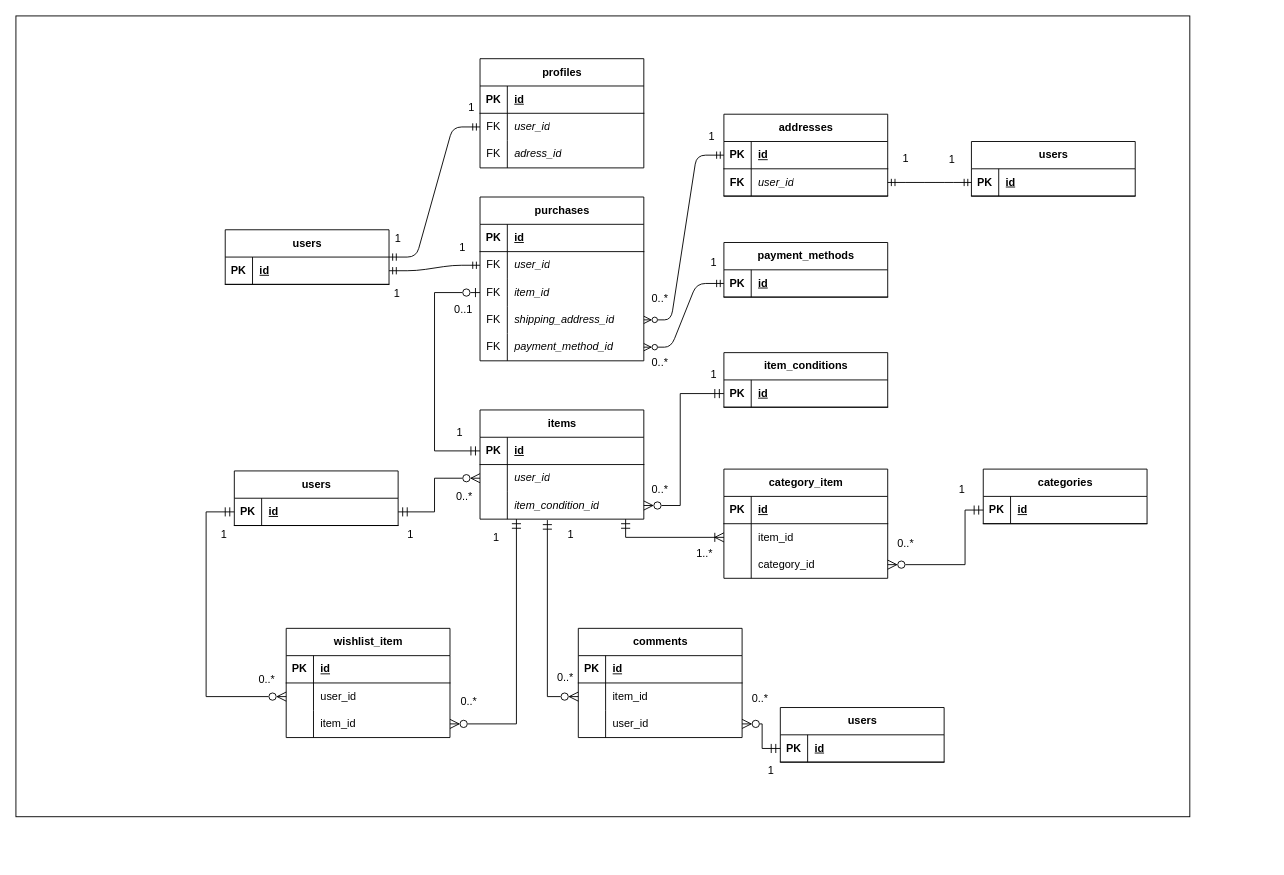
This is src/docs/diagrams/er/ER-core_v1.drawio from to-4/ct-flea-market, a draw.io file, before an edit. Source tidied: cells renumbered, new cells numbered last; positions are measured from the earlier drawing's top-left corner, leaving out a move shared by most shapes. Both pictures are drawn from the tidied source at 91%, with x=0, y=0 at pixel (15, 15).
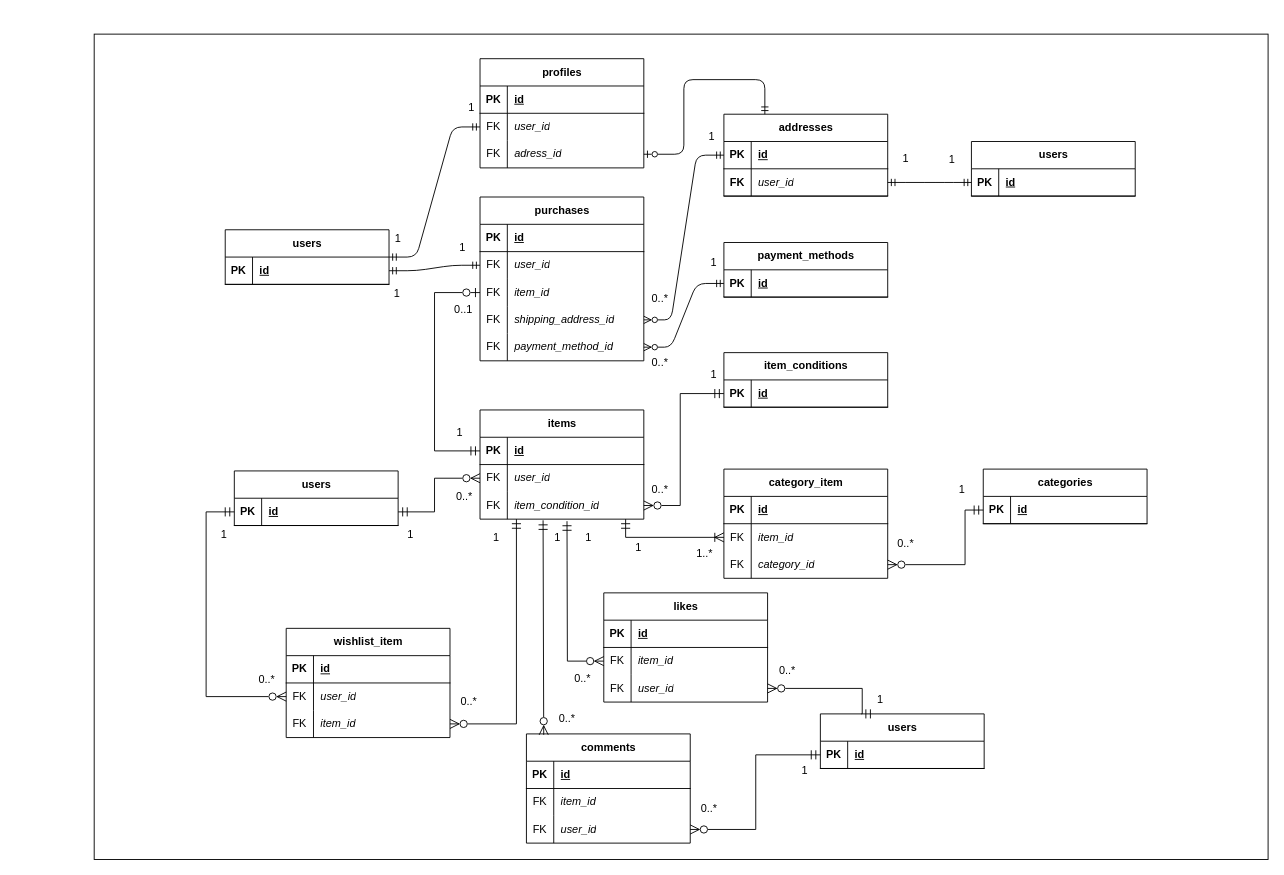
Above is the later version.

Unchanged cells that the change refers to:
```xml
<mxCell id="10" style="shape=tableRow;horizontal=0;startSize=0;swimlaneHead=0;swimlaneBody=0;fillColor=none;points=[[0,0.5],[1,0.5]];portConstraint=eastwest;top=0;left=0;right=0;bottom=0;" parent="3" vertex="1">
  <mxGeometry y="90" width="180" height="30" as="geometry" />
</mxCell>
<mxCell id="17" value="addresses" style="shape=table;startSize=30;childLayout=tableLayout;rowLines=0;fontStyle=1;align=center;html=1;" parent="1" vertex="1">
  <mxGeometry x="778" y="108" width="180" height="90" as="geometry" />
</mxCell>
<mxCell id="44" style="shape=tableRow;horizontal=0;startSize=0;swimlaneHead=0;swimlaneBody=0;fillColor=none;points=[[0,0.5],[1,0.5]];portConstraint=eastwest;top=0;left=0;right=0;bottom=0;" parent="40" vertex="1">
  <mxGeometry y="60" width="180" height="30" as="geometry" />
</mxCell>
<mxCell id="47" style="shape=tableRow;horizontal=0;startSize=0;swimlaneHead=0;swimlaneBody=0;fillColor=none;points=[[0,0.5],[1,0.5]];portConstraint=eastwest;top=0;left=0;right=0;bottom=0;" parent="40" vertex="1">
  <mxGeometry y="90" width="180" height="30" as="geometry" />
</mxCell>
<mxCell id="62" style="shape=tableRow;horizontal=0;startSize=0;swimlaneHead=0;swimlaneBody=0;fillColor=none;points=[[0,0.5],[1,0.5]];portConstraint=eastwest;top=0;left=0;right=0;bottom=0;" parent="58" vertex="1">
  <mxGeometry y="60" width="180" height="30" as="geometry" />
</mxCell>
<mxCell id="65" style="shape=tableRow;horizontal=0;startSize=0;swimlaneHead=0;swimlaneBody=0;fillColor=none;points=[[0,0.5],[1,0.5]];portConstraint=eastwest;top=0;left=0;right=0;bottom=0;" parent="58" vertex="1">
  <mxGeometry y="90" width="180" height="30" as="geometry" />
</mxCell>
<mxCell id="72" style="shape=tableRow;horizontal=0;startSize=0;swimlaneHead=0;swimlaneBody=0;fillColor=none;points=[[0,0.5],[1,0.5]];portConstraint=eastwest;top=0;left=0;right=0;bottom=0;" parent="68" vertex="1">
  <mxGeometry y="60" width="180" height="30" as="geometry" />
</mxCell>
<mxCell id="75" style="shape=tableRow;horizontal=0;startSize=0;swimlaneHead=0;swimlaneBody=0;fillColor=none;points=[[0,0.5],[1,0.5]];portConstraint=eastwest;top=0;left=0;right=0;bottom=0;" parent="68" vertex="1">
  <mxGeometry y="90" width="180" height="30" as="geometry" />
</mxCell>
<mxCell id="82" style="shape=tableRow;horizontal=0;startSize=0;swimlaneHead=0;swimlaneBody=0;fillColor=none;points=[[0,0.5],[1,0.5]];portConstraint=eastwest;top=0;left=0;right=0;bottom=0;" parent="78" vertex="1">
  <mxGeometry y="60" width="180" height="30" as="geometry" />
</mxCell>
<mxCell id="85" style="shape=tableRow;horizontal=0;startSize=0;swimlaneHead=0;swimlaneBody=0;fillColor=none;points=[[0,0.5],[1,0.5]];portConstraint=eastwest;top=0;left=0;right=0;bottom=0;" parent="78" vertex="1">
  <mxGeometry y="90" width="180" height="30" as="geometry" />
</mxCell>
<mxCell id="111" style="shape=tableRow;horizontal=0;startSize=0;swimlaneHead=0;swimlaneBody=0;fillColor=none;points=[[0,0.5],[1,0.5]];portConstraint=eastwest;top=0;left=0;right=0;bottom=1;" parent="110" vertex="1">
  <mxGeometry y="30" width="180" height="30" as="geometry" />
</mxCell>
```

The edit, as a diff of the source:
```diff
@@
     <mxCell id="2" style="rounded=0;whiteSpace=wrap;html=1;" parent="1" vertex="1">
-      <mxGeometry width="1290" height="880" as="geometry" />
+      <mxGeometry x="86" y="20" width="1290" height="907" as="geometry" />
     </mxCell>
@@
-    <mxCell id="45" style="shape=partialRectangle;fillColor=none;top=0;left=0;bottom=0;right=0;overflow=hidden;whiteSpace=wrap;html=1;" parent="44" vertex="1">
+    <mxCell id="45" value="FK" style="shape=partialRectangle;fillColor=none;top=0;left=0;bottom=0;right=0;overflow=hidden;whiteSpace=wrap;html=1;" parent="44" vertex="1">
       <mxGeometry width="30" height="30" as="geometry" />
     </mxCell>
@@
-    <mxCell id="48" style="shape=partialRectangle;fillColor=none;top=0;left=0;bottom=0;right=0;overflow=hidden;whiteSpace=wrap;html=1;" parent="47" vertex="1">
+    <mxCell id="48" value="FK" style="shape=partialRectangle;fillColor=none;top=0;left=0;bottom=0;right=0;overflow=hidden;whiteSpace=wrap;html=1;" parent="47" vertex="1">
       <mxGeometry width="30" height="30" as="geometry" />
     </mxCell>
@@
-    <mxCell id="63" style="shape=partialRectangle;fillColor=none;top=0;left=0;bottom=0;right=0;overflow=hidden;whiteSpace=wrap;html=1;" parent="62" vertex="1">
+    <mxCell id="63" value="FK" style="shape=partialRectangle;fillColor=none;top=0;left=0;bottom=0;right=0;overflow=hidden;whiteSpace=wrap;html=1;" parent="62" vertex="1">
       <mxGeometry width="30" height="30" as="geometry" />
     </mxCell>
-    <mxCell id="64" value="user_id" style="shape=partialRectangle;fillColor=none;top=0;left=0;bottom=0;right=0;align=left;spacingLeft=6;overflow=hidden;whiteSpace=wrap;html=1;" parent="62" vertex="1">
+    <mxCell id="64" value="&lt;i&gt;user_id&lt;/i&gt;" style="shape=partialRectangle;fillColor=none;top=0;left=0;bottom=0;right=0;align=left;spacingLeft=6;overflow=hidden;whiteSpace=wrap;html=1;" parent="62" vertex="1">
       <mxGeometry x="30" width="150" height="30" as="geometry" />
     </mxCell>
@@
-    <mxCell id="66" style="shape=partialRectangle;fillColor=none;top=0;left=0;bottom=0;right=0;overflow=hidden;whiteSpace=wrap;html=1;" parent="65" vertex="1">
+    <mxCell id="66" value="FK" style="shape=partialRectangle;fillColor=none;top=0;left=0;bottom=0;right=0;overflow=hidden;whiteSpace=wrap;html=1;" parent="65" vertex="1">
       <mxGeometry width="30" height="30" as="geometry" />
     </mxCell>
-    <mxCell id="67" value="item_id" style="shape=partialRectangle;fillColor=none;top=0;left=0;bottom=0;right=0;align=left;spacingLeft=6;overflow=hidden;whiteSpace=wrap;html=1;" parent="65" vertex="1">
+    <mxCell id="67" value="&lt;i&gt;item_id&lt;/i&gt;" style="shape=partialRectangle;fillColor=none;top=0;left=0;bottom=0;right=0;align=left;spacingLeft=6;overflow=hidden;whiteSpace=wrap;html=1;" parent="65" vertex="1">
       <mxGeometry x="30" width="150" height="30" as="geometry" />
     </mxCell>
     <mxCell id="68" value="comments" style="shape=table;startSize=30;childLayout=tableLayout;rowLines=0;fontStyle=1;align=center;html=1;" parent="1" vertex="1">
-      <mxGeometry x="618" y="673" width="180" height="120" as="geometry" />
+      <mxGeometry x="561" y="789" width="180" height="120" as="geometry" />
     </mxCell>
@@
-    <mxCell id="73" style="shape=partialRectangle;fillColor=none;top=0;left=0;bottom=0;right=0;overflow=hidden;whiteSpace=wrap;html=1;" parent="72" vertex="1">
+    <mxCell id="73" value="&lt;span style=&quot;color: rgb(0, 0, 0); font-family: Helvetica; font-size: 12px; font-style: normal; font-variant-ligatures: normal; font-variant-caps: normal; font-weight: 400; letter-spacing: normal; orphans: 2; text-align: center; text-indent: 0px; text-transform: none; widows: 2; word-spacing: 0px; -webkit-text-stroke-width: 0px; white-space: normal; background-color: rgb(251, 251, 251); text-decoration-thickness: initial; text-decoration-style: initial; text-decoration-color: initial; float: none; display: inline !important;&quot;&gt;FK&lt;/span&gt;" style="shape=partialRectangle;fillColor=none;top=0;left=0;bottom=0;right=0;overflow=hidden;whiteSpace=wrap;html=1;" parent="72" vertex="1">
       <mxGeometry width="30" height="30" as="geometry" />
     </mxCell>
-    <mxCell id="74" value="item_id" style="shape=partialRectangle;fillColor=none;top=0;left=0;bottom=0;right=0;align=left;spacingLeft=6;overflow=hidden;whiteSpace=wrap;html=1;" parent="72" vertex="1">
+    <mxCell id="74" value="&lt;i&gt;item_id&lt;/i&gt;" style="shape=partialRectangle;fillColor=none;top=0;left=0;bottom=0;right=0;align=left;spacingLeft=6;overflow=hidden;whiteSpace=wrap;html=1;" parent="72" vertex="1">
       <mxGeometry x="30" width="150" height="30" as="geometry" />
     </mxCell>
@@
-    <mxCell id="76" style="shape=partialRectangle;fillColor=none;top=0;left=0;bottom=0;right=0;overflow=hidden;whiteSpace=wrap;html=1;" parent="75" vertex="1">
+    <mxCell id="76" value="FK" style="shape=partialRectangle;fillColor=none;top=0;left=0;bottom=0;right=0;overflow=hidden;whiteSpace=wrap;html=1;" parent="75" vertex="1">
       <mxGeometry width="30" height="30" as="geometry" />
     </mxCell>
-    <mxCell id="77" value="user_id" style="shape=partialRectangle;fillColor=none;top=0;left=0;bottom=0;right=0;align=left;spacingLeft=6;overflow=hidden;whiteSpace=wrap;html=1;" parent="75" vertex="1">
+    <mxCell id="77" value="&lt;i&gt;user_id&lt;/i&gt;" style="shape=partialRectangle;fillColor=none;top=0;left=0;bottom=0;right=0;align=left;spacingLeft=6;overflow=hidden;whiteSpace=wrap;html=1;" parent="75" vertex="1">
       <mxGeometry x="30" width="150" height="30" as="geometry" />
     </mxCell>
@@
-    <mxCell id="83" style="shape=partialRectangle;fillColor=none;top=0;left=0;bottom=0;right=0;overflow=hidden;whiteSpace=wrap;html=1;" parent="82" vertex="1">
+    <mxCell id="83" value="FK" style="shape=partialRectangle;fillColor=none;top=0;left=0;bottom=0;right=0;overflow=hidden;whiteSpace=wrap;html=1;" parent="82" vertex="1">
       <mxGeometry width="30" height="30" as="geometry" />
     </mxCell>
-    <mxCell id="84" value="item_id" style="shape=partialRectangle;fillColor=none;top=0;left=0;bottom=0;right=0;align=left;spacingLeft=6;overflow=hidden;whiteSpace=wrap;html=1;" parent="82" vertex="1">
+    <mxCell id="84" value="&lt;i&gt;item_id&lt;/i&gt;" style="shape=partialRectangle;fillColor=none;top=0;left=0;bottom=0;right=0;align=left;spacingLeft=6;overflow=hidden;whiteSpace=wrap;html=1;" parent="82" vertex="1">
       <mxGeometry x="30" width="150" height="30" as="geometry" />
     </mxCell>
@@
-    <mxCell id="86" style="shape=partialRectangle;fillColor=none;top=0;left=0;bottom=0;right=0;overflow=hidden;whiteSpace=wrap;html=1;" parent="85" vertex="1">
+    <mxCell id="86" value="FK" style="shape=partialRectangle;fillColor=none;top=0;left=0;bottom=0;right=0;overflow=hidden;whiteSpace=wrap;html=1;" parent="85" vertex="1">
       <mxGeometry width="30" height="30" as="geometry" />
     </mxCell>
-    <mxCell id="87" value="category_id" style="shape=partialRectangle;fillColor=none;top=0;left=0;bottom=0;right=0;align=left;spacingLeft=6;overflow=hidden;whiteSpace=wrap;html=1;" parent="85" vertex="1">
+    <mxCell id="87" value="&lt;i&gt;category_id&lt;/i&gt;" style="shape=partialRectangle;fillColor=none;top=0;left=0;bottom=0;right=0;align=left;spacingLeft=6;overflow=hidden;whiteSpace=wrap;html=1;" parent="85" vertex="1">
       <mxGeometry x="30" width="150" height="30" as="geometry" />
     </mxCell>
@@
-    <mxCell id="109" style="edgeStyle=elbowEdgeStyle;elbow=horizontal;endArrow=ERzeroToMany;html=1;curved=0;rounded=0;endSize=8;startSize=8;entryX=0;entryY=0.5;entryDx=0;entryDy=0;exitX=0.222;exitY=-0.025;exitDx=0;exitDy=0;startArrow=ERmandOne;startFill=0;endFill=0;exitPerimeter=0;" parent="1" edge="1" target="72">
+    <mxCell id="109" style="elbow=horizontal;endArrow=ERzeroToMany;html=1;rounded=0;endSize=8;startSize=8;startArrow=ERmandOne;startFill=0;endFill=0;exitX=0.385;exitY=1.042;exitDx=0;exitDy=0;exitPerimeter=0;" parent="1" edge="1" source="47">
       <mxGeometry relative="1" as="geometry">
-        <mxPoint x="584" y="554" as="sourcePoint" />
-        <Array as="points">
-          <mxPoint x="584" y="911.3" />
-        </Array>
+        <mxPoint x="580" y="790" as="targetPoint" />
       </mxGeometry>
     </mxCell>
     <mxCell id="110" value="users" style="shape=table;startSize=30;childLayout=tableLayout;rowLines=0;fontStyle=1;align=center;html=1;" parent="1" vertex="1">
-      <mxGeometry x="840" y="760" width="180" height="60" as="geometry" />
+      <mxGeometry x="884" y="767" width="180" height="60" as="geometry" />
     </mxCell>
@@
     <mxCell id="114" style="edgeStyle=elbowEdgeStyle;elbow=horizontal;endArrow=ERzeroToMany;html=1;curved=0;rounded=0;endSize=8;startSize=8;entryX=1;entryY=0.5;entryDx=0;entryDy=0;exitX=0;exitY=0.5;exitDx=0;exitDy=0;startArrow=ERmandOne;startFill=0;endFill=0;" parent="1" edge="1" source="111" target="75">
-      <mxGeometry relative="1" as="geometry">
-        <Array as="points">
-          <mxPoint x="820" y="790" />
-        </Array>
-      </mxGeometry>
+      <mxGeometry relative="1" as="geometry" />
     </mxCell>
@@
     <mxCell id="130" value="1" style="text;html=1;align=center;verticalAlign=middle;whiteSpace=wrap;rounded=0;" parent="1" vertex="1">
-      <mxGeometry x="590" y="560" width="40" height="20" as="geometry" />
+      <mxGeometry x="581" y="563" width="29" height="20" as="geometry" />
     </mxCell>
@@
     <mxCell id="132" value="1" style="text;html=1;align=center;verticalAlign=middle;whiteSpace=wrap;rounded=0;" parent="1" vertex="1">
-      <mxGeometry x="810" y="820" width="40" height="20" as="geometry" />
+      <mxGeometry x="857" y="819" width="20" height="20" as="geometry" />
     </mxCell>
@@
     <mxCell id="136" value="0..*" style="text;html=1;align=center;verticalAlign=middle;whiteSpace=wrap;rounded=0;" parent="1" vertex="1">
-      <mxGeometry x="584" y="709" width="40" height="35" as="geometry" />
+      <mxGeometry x="586" y="760" width="40" height="24" as="geometry" />
     </mxCell>
@@
     <mxCell id="141" value="0..*" style="text;html=1;align=center;verticalAlign=middle;whiteSpace=wrap;rounded=0;" parent="1" vertex="1">
-      <mxGeometry x="798" y="740" width="40" height="20" as="geometry" />
+      <mxGeometry x="742" y="861" width="40" height="20" as="geometry" />
     </mxCell>
@@
+    <mxCell id="145" style="edgeStyle=orthogonalEdgeStyle;fontSize=12;html=1;endArrow=ERmandOne;endFill=0;entryX=0.25;entryY=0;entryDx=0;entryDy=0;startArrow=ERzeroToOne;startFill=0;exitX=1;exitY=0.5;exitDx=0;exitDy=0;" parent="1" edge="1" source="10" target="17">
+      <mxGeometry relative="1" as="geometry">
+        <Array as="points">
+          <mxPoint x="734" y="152" />
+          <mxPoint x="734" y="70" />
+          <mxPoint x="823" y="70" />
+        </Array>
+      </mxGeometry>
+    </mxCell>
+    <mxCell id="146" value="likes" style="shape=table;startSize=30;childLayout=tableLayout;rowLines=0;fontStyle=1;align=center;html=1;" parent="1" vertex="1">
+      <mxGeometry x="646" y="634" width="180" height="120" as="geometry" />
+    </mxCell>
+    <mxCell id="147" style="shape=tableRow;horizontal=0;startSize=0;swimlaneHead=0;swimlaneBody=0;fillColor=none;top=0;left=0;right=0;bottom=1;" parent="146" vertex="1">
+      <mxGeometry y="30" width="180" height="30" as="geometry" />
+    </mxCell>
+    <mxCell id="148" value="PK" style="shape=partialRectangle;fillColor=none;top=0;left=0;bottom=0;right=0;fontStyle=1;overflow=hidden;whiteSpace=wrap;html=1;" parent="147" vertex="1">
+      <mxGeometry width="30" height="30" as="geometry" />
+    </mxCell>
+    <mxCell id="149" value="id" style="shape=partialRectangle;fillColor=none;top=0;left=0;bottom=0;right=0;align=left;spacingLeft=6;fontStyle=5;overflow=hidden;whiteSpace=wrap;html=1;" parent="147" vertex="1">
+      <mxGeometry x="30" width="150" height="30" as="geometry" />
+    </mxCell>
+    <mxCell id="150" style="shape=tableRow;horizontal=0;startSize=0;swimlaneHead=0;swimlaneBody=0;fillColor=none;points=[[0,0.5],[1,0.5]];portConstraint=eastwest;top=0;left=0;right=0;bottom=0;" parent="146" vertex="1">
+      <mxGeometry y="60" width="180" height="30" as="geometry" />
+    </mxCell>
+    <mxCell id="151" value="FK" style="shape=partialRectangle;fillColor=none;top=0;left=0;bottom=0;right=0;overflow=hidden;whiteSpace=wrap;html=1;" parent="150" vertex="1">
+      <mxGeometry width="30" height="30" as="geometry" />
+    </mxCell>
+    <mxCell id="152" value="&lt;i&gt;item_id&lt;/i&gt;" style="shape=partialRectangle;fillColor=none;top=0;left=0;bottom=0;right=0;align=left;spacingLeft=6;overflow=hidden;whiteSpace=wrap;html=1;" parent="150" vertex="1">
+      <mxGeometry x="30" width="150" height="30" as="geometry" />
+    </mxCell>
+    <mxCell id="153" style="shape=tableRow;horizontal=0;startSize=0;swimlaneHead=0;swimlaneBody=0;fillColor=none;points=[[0,0.5],[1,0.5]];portConstraint=eastwest;top=0;left=0;right=0;bottom=0;" parent="146" vertex="1">
+      <mxGeometry y="90" width="180" height="30" as="geometry" />
+    </mxCell>
+    <mxCell id="154" value="FK" style="shape=partialRectangle;fillColor=none;top=0;left=0;bottom=0;right=0;overflow=hidden;whiteSpace=wrap;html=1;" parent="153" vertex="1">
+      <mxGeometry width="30" height="30" as="geometry" />
+    </mxCell>
+    <mxCell id="155" value="&lt;i&gt;user_id&lt;/i&gt;" style="shape=partialRectangle;fillColor=none;top=0;left=0;bottom=0;right=0;align=left;spacingLeft=6;overflow=hidden;whiteSpace=wrap;html=1;" parent="153" vertex="1">
+      <mxGeometry x="30" width="150" height="30" as="geometry" />
+    </mxCell>
+    <mxCell id="156" style="edgeStyle=elbowEdgeStyle;elbow=horizontal;endArrow=ERzeroToMany;html=1;curved=0;rounded=0;endSize=8;startSize=8;entryX=0;entryY=0.5;entryDx=0;entryDy=0;exitX=0.531;exitY=1.075;exitDx=0;exitDy=0;startArrow=ERmandOne;startFill=0;endFill=0;exitPerimeter=0;" parent="1" edge="1" source="47" target="150">
+      <mxGeometry relative="1" as="geometry">
+        <Array as="points">
+          <mxPoint x="606" y="680" />
+        </Array>
+      </mxGeometry>
+    </mxCell>
+    <mxCell id="157" value="1" style="text;html=1;align=center;verticalAlign=middle;whiteSpace=wrap;rounded=0;" parent="1" vertex="1">
+      <mxGeometry x="615" y="563" width="29" height="20" as="geometry" />
+    </mxCell>
+    <mxCell id="158" value="1" style="text;html=1;align=center;verticalAlign=middle;whiteSpace=wrap;rounded=0;" parent="1" vertex="1">
+      <mxGeometry x="670" y="574" width="29" height="20" as="geometry" />
+    </mxCell>
+    <mxCell id="159" value="0..*" style="text;html=1;align=center;verticalAlign=middle;whiteSpace=wrap;rounded=0;" parent="1" vertex="1">
+      <mxGeometry x="603" y="716" width="40" height="24" as="geometry" />
+    </mxCell>
+    <mxCell id="160" style="edgeStyle=elbowEdgeStyle;endArrow=ERzeroToMany;html=1;rounded=0;endSize=8;startSize=8;entryX=1;entryY=0.5;entryDx=0;entryDy=0;startArrow=ERmandOne;startFill=0;endFill=0;exitX=0.25;exitY=0;exitDx=0;exitDy=0;" parent="1" edge="1" source="110" target="153">
+      <mxGeometry relative="1" as="geometry">
+        <Array as="points">
+          <mxPoint x="930" y="750" />
+        </Array>
+      </mxGeometry>
+    </mxCell>
+    <mxCell id="161" value="0..*" style="text;html=1;align=center;verticalAlign=middle;whiteSpace=wrap;rounded=0;" parent="1" vertex="1">
+      <mxGeometry x="828" y="708" width="40" height="24" as="geometry" />
+    </mxCell>
+    <mxCell id="162" value="1" style="text;html=1;align=center;verticalAlign=middle;whiteSpace=wrap;rounded=0;" parent="1" vertex="1">
+      <mxGeometry x="940" y="741" width="20" height="20" as="geometry" />
+    </mxCell>
```
